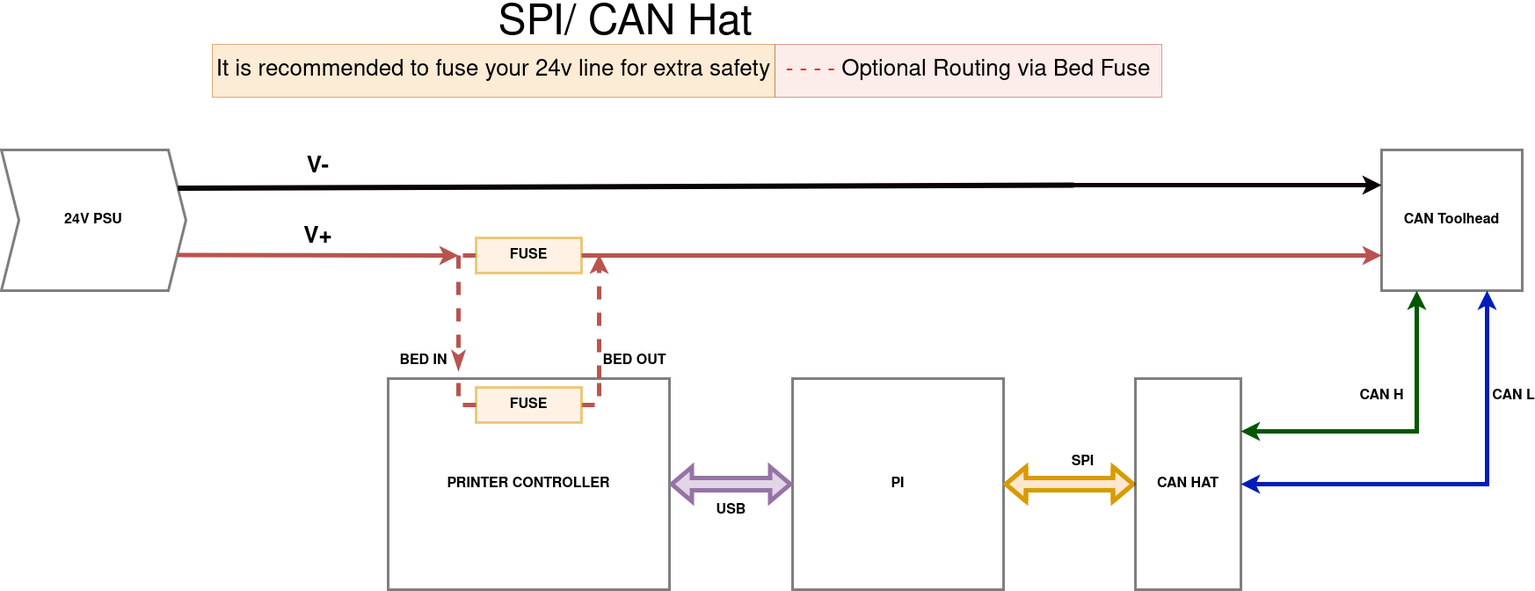
Before: images/canhat_wiring.drawio.png, a diagram exported from draw.io (maz0r/klipper_canbus). Source tidied: cells renumbered, new cells last; positions are measured from the earlier drawing's top-left corner, leaving out a move shared by most shapes.
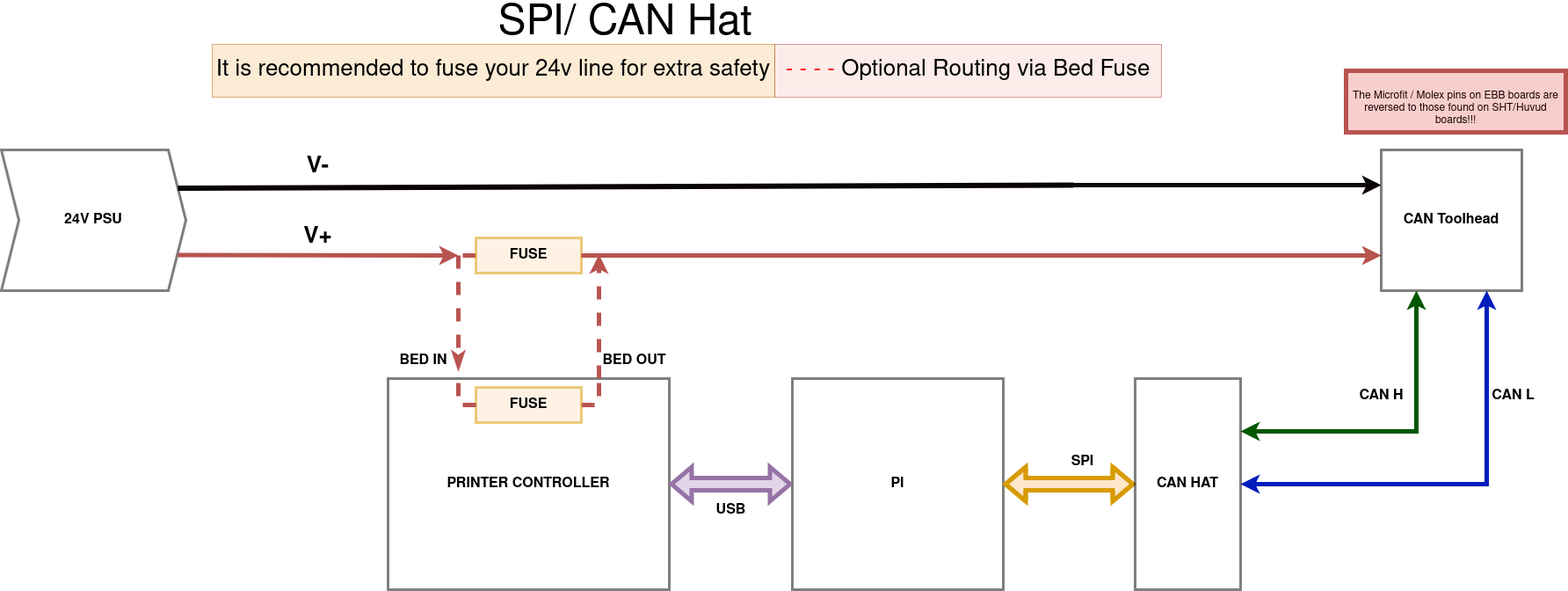
Above is the later version.

What changed in the source:
```diff
@@ -110,5 +110,8 @@
     <mxCell id="24" value="CAN HAT" style="rounded=0;whiteSpace=wrap;html=1;glass=0;labelBorderColor=none;sketch=0;fontSize=16;fontColor=none;strokeColor=default;strokeWidth=3;fillColor=none;opacity=50;fontStyle=1;" parent="1" vertex="1">
       <mxGeometry x="1290" y="420" width="120" height="240" as="geometry" />
     </mxCell>
+    <mxCell id="25" value="&lt;div style=&quot;font-size: 12px;&quot;&gt;&lt;font style=&quot;font-size: 12px;&quot; color=&quot;#1A0101&quot;&gt;The Microfit / Molex pins on EBB boards are reversed to those found on SHT/Huvud boards!!!&lt;/font&gt;&lt;/div&gt;" style="text;html=1;strokeColor=#b85450;fillColor=#f8cecc;spacing=5;spacingTop=-20;whiteSpace=wrap;overflow=hidden;rounded=0;fontSize=12;align=center;verticalAlign=bottom;strokeWidth=5;labelPosition=center;verticalLabelPosition=middle;" parent="1" vertex="1">
+      <mxGeometry x="1530" y="70" width="250" height="70" as="geometry" />
+    </mxCell>
   </root>
 </mxGraphModel>
```
